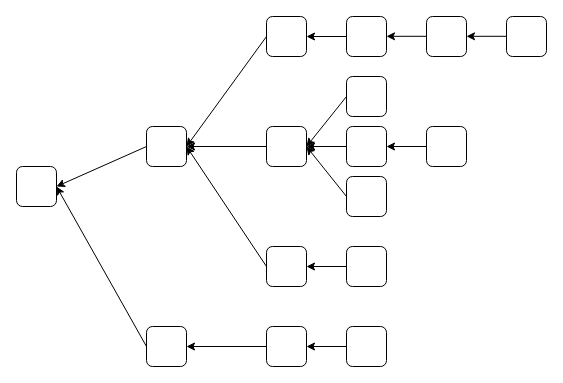
Above: ethereum-research/consensus/fork-choice rule/longest chain/longest-chain rule.drawio in 0xyicheng/a-research-diagram (draw.io), before the change. Source tidied: cells renumbered, new cells numbered last; positions are measured from the earlier drawing's top-left corner, leaving out a move shared by most shapes. Both pictures are drawn from the tidied source at 100%, with x=0, y=0 at pixel (16, 16).
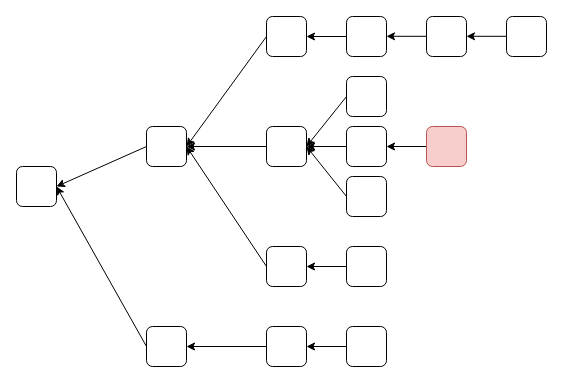
The same page after the edit.

What changed in the source:
```diff
@@
-    <mxCell id="32" style="rounded=1;whiteSpace=wrap;html=1;" parent="1" vertex="1">
+    <mxCell id="32" style="rounded=1;whiteSpace=wrap;html=1;fillColor=#f8cecc;strokeColor=#b85450;" parent="1" vertex="1">
       <mxGeometry x="410" y="110" width="40" height="40" as="geometry" />
     </mxCell>
```
